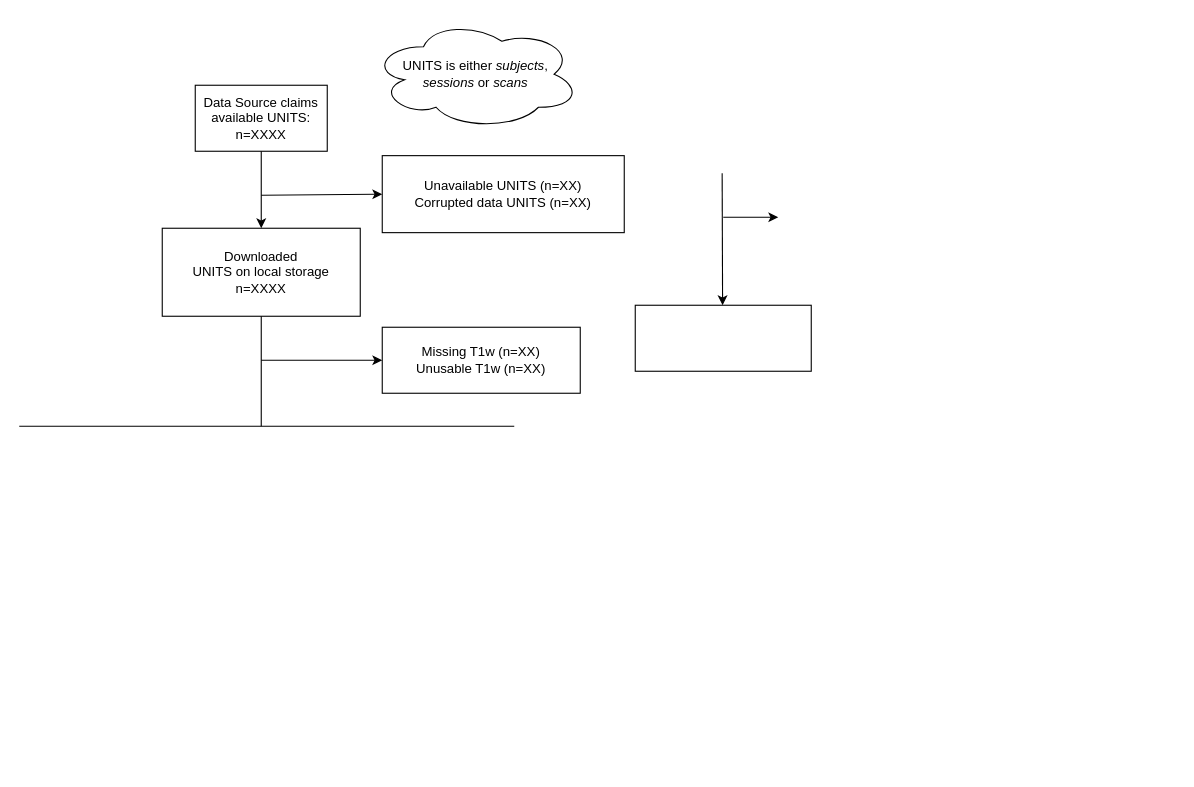
The draw.io diagram PennLINC/Generic/Untitled Diagram.drawio in YumekaMengjiaLYU/RBC, before the edit. Source tidied: cells renumbered, new cells numbered last; positions are measured from the earlier drawing's top-left corner, leaving out a move shared by most shapes. Both pictures are drawn from the tidied source at 110%, with x=0, y=0 at pixel (19, 19).
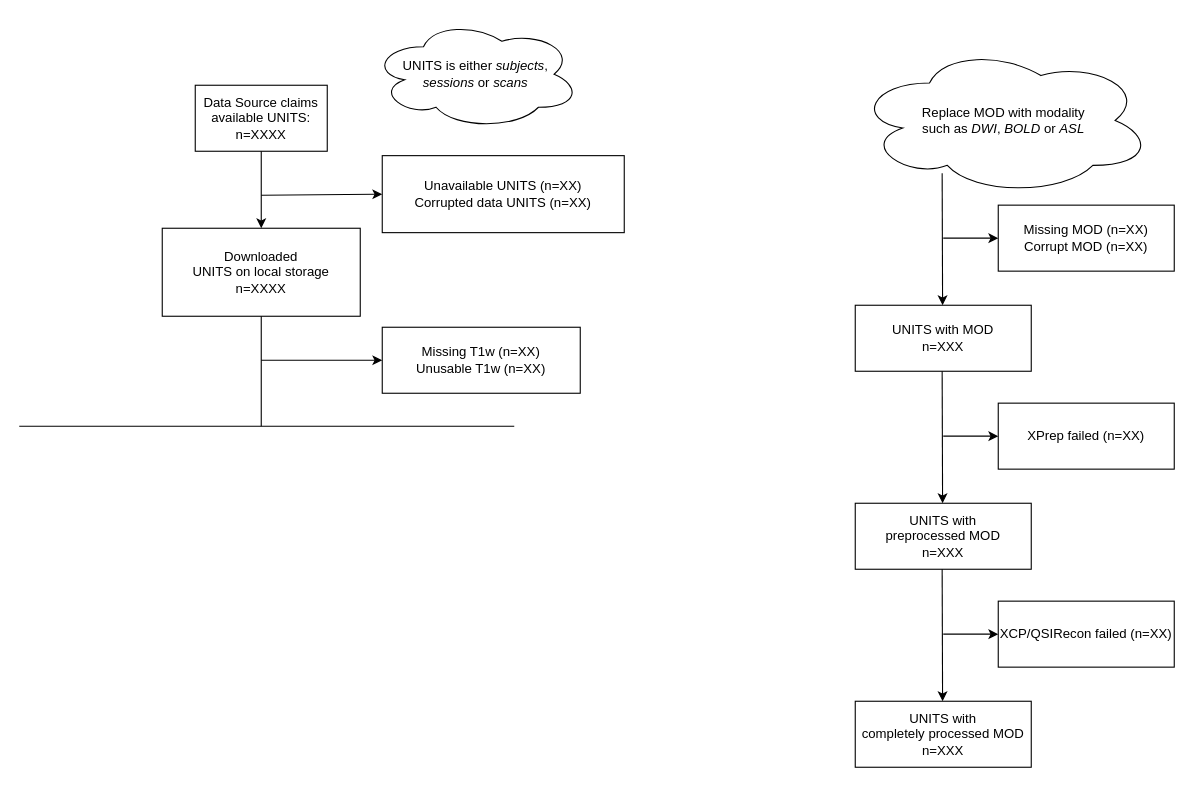
Above is the later version.

The edit, as a diff of the source:
```diff
@@
     <mxCell id="12" style="endArrow=classic;html=1;" parent="1" edge="1">
       <mxGeometry relative="1" as="geometry">
-        <mxPoint x="639" y="140" as="sourcePoint" />
-        <mxPoint x="639.4" y="260" as="targetPoint" />
+        <mxPoint x="839" y="140" as="sourcePoint" />
+        <mxPoint x="839.4" y="260" as="targetPoint" />
       </mxGeometry>
     </mxCell>
-    <mxCell id="13" style="rounded=0;whiteSpace=wrap;html=1;" parent="1" vertex="1">
-      <mxGeometry x="560" y="260" width="160" height="60" as="geometry" />
+    <mxCell id="13" value="&lt;div&gt;UNITS with MOD&lt;/div&gt;&lt;div&gt;n=XXX&lt;br&gt;&lt;/div&gt;" style="rounded=0;whiteSpace=wrap;html=1;" parent="1" vertex="1">
+      <mxGeometry x="760" y="260" width="160" height="60" as="geometry" />
     </mxCell>
     <mxCell id="14" style="endArrow=classic;html=1;" parent="1" edge="1">
       <mxGeometry relative="1" as="geometry">
-        <mxPoint x="640" y="180" as="sourcePoint" />
-        <mxPoint x="690" y="180" as="targetPoint" />
+        <mxPoint x="840" y="199" as="sourcePoint" />
+        <mxPoint x="890" y="199" as="targetPoint" />
       </mxGeometry>
     </mxCell>
+    <mxCell id="15" value="&lt;div&gt;Missing MOD (n=XX)&lt;/div&gt;Corrupt MOD (n=XX)" style="rounded=0;whiteSpace=wrap;html=1;" parent="1" vertex="1">
+      <mxGeometry x="890" y="169" width="160" height="60" as="geometry" />
+    </mxCell>
+    <mxCell id="16" style="endArrow=classic;html=1;" parent="1" edge="1">
+      <mxGeometry relative="1" as="geometry">
+        <mxPoint x="839" y="320" as="sourcePoint" />
+        <mxPoint x="839.4" y="440" as="targetPoint" />
+      </mxGeometry>
+    </mxCell>
+    <mxCell id="17" style="endArrow=classic;html=1;" parent="1" edge="1">
+      <mxGeometry relative="1" as="geometry">
+        <mxPoint x="840" y="379" as="sourcePoint" />
+        <mxPoint x="890" y="379" as="targetPoint" />
+      </mxGeometry>
+    </mxCell>
+    <mxCell id="18" value="XPrep failed (n=XX)" style="rounded=0;whiteSpace=wrap;html=1;" parent="1" vertex="1">
+      <mxGeometry x="890" y="349" width="160" height="60" as="geometry" />
+    </mxCell>
+    <mxCell id="19" value="&lt;div&gt;UNITS with&lt;/div&gt;&lt;div&gt;preprocessed MOD&lt;/div&gt;&lt;div&gt;n=XXX&lt;br&gt;&lt;/div&gt;" style="rounded=0;whiteSpace=wrap;html=1;" parent="1" vertex="1">
+      <mxGeometry x="760" y="440" width="160" height="60" as="geometry" />
+    </mxCell>
+    <mxCell id="20" style="endArrow=classic;html=1;" parent="1" edge="1">
+      <mxGeometry relative="1" as="geometry">
+        <mxPoint x="839" y="500" as="sourcePoint" />
+        <mxPoint x="839.4" y="620" as="targetPoint" />
+      </mxGeometry>
+    </mxCell>
+    <mxCell id="21" style="endArrow=classic;html=1;" parent="1" edge="1">
+      <mxGeometry relative="1" as="geometry">
+        <mxPoint x="840" y="559" as="sourcePoint" />
+        <mxPoint x="890" y="559" as="targetPoint" />
+      </mxGeometry>
+    </mxCell>
+    <mxCell id="22" value="XCP/QSIRecon failed (n=XX)" style="rounded=0;whiteSpace=wrap;html=1;" parent="1" vertex="1">
+      <mxGeometry x="890" y="529" width="160" height="60" as="geometry" />
+    </mxCell>
+    <mxCell id="23" value="&lt;div&gt;UNITS with&lt;/div&gt;&lt;div&gt;completely processed MOD&lt;/div&gt;&lt;div&gt;n=XXX&lt;br&gt;&lt;/div&gt;" style="rounded=0;whiteSpace=wrap;html=1;" parent="1" vertex="1">
+      <mxGeometry x="760" y="620" width="160" height="60" as="geometry" />
+    </mxCell>
+    <mxCell id="24" value="&lt;div&gt;Replace MOD with modality&lt;/div&gt;such as &lt;i&gt;DWI&lt;/i&gt;, &lt;i&gt;BOLD &lt;/i&gt;or &lt;i&gt;ASL&lt;/i&gt;" style="ellipse;shape=cloud;whiteSpace=wrap;html=1;" parent="1" vertex="1">
+      <mxGeometry x="760" y="24" width="270" height="136" as="geometry" />
+    </mxCell>
```
